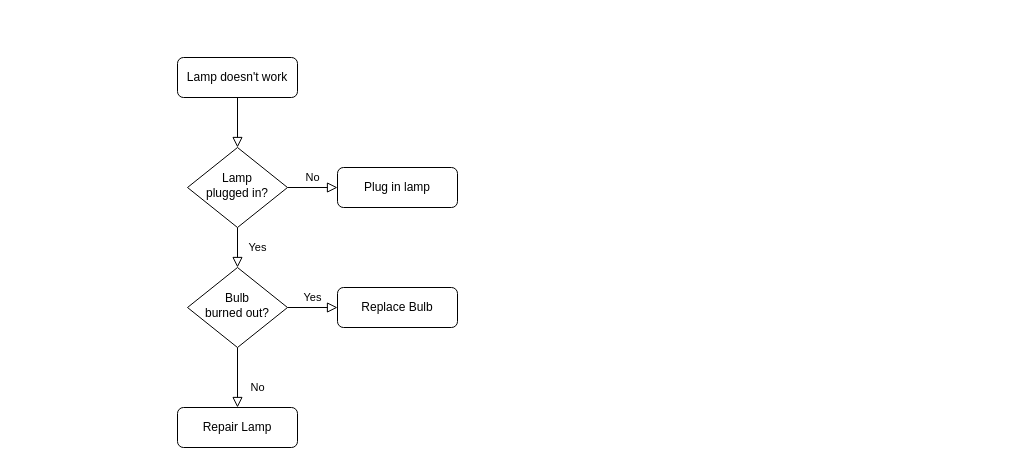
This is assets/Untitled Diagram.drawio from flaviuspara/html-portfolio, a draw.io file, before an edit. Source tidied: cells renumbered, new cells numbered last; positions are measured from the earlier drawing's top-left corner, leaving out a move shared by most shapes. Both pictures are drawn from the tidied source at 100%, with x=0, y=0 at pixel (177, 57).
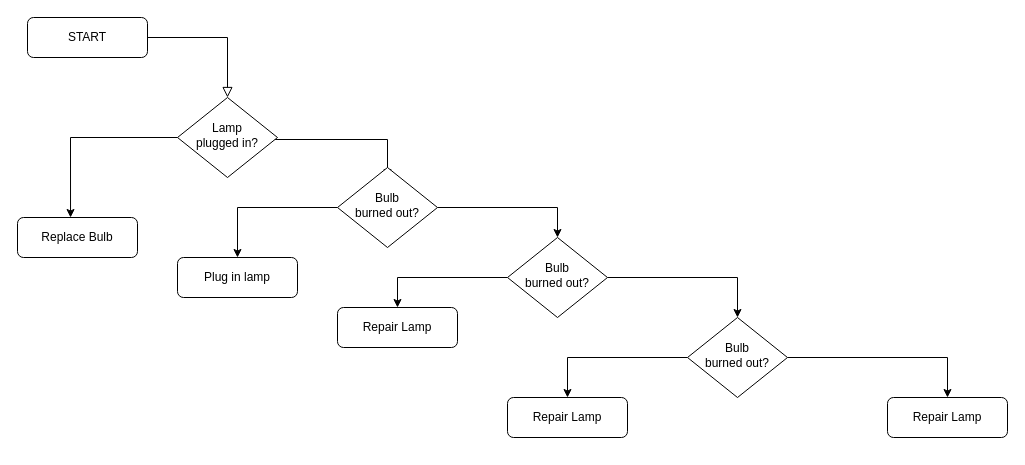
The same page after the edit.

Change to the diagram source:
```diff
@@
-    <mxCell id="3" value="Lamp doesn't work" style="rounded=1;whiteSpace=wrap;html=1;fontSize=12;glass=0;strokeWidth=1;shadow=0;" parent="1" vertex="1">
-      <mxGeometry width="120" height="40" as="geometry" />
+    <mxCell id="3" value="START" style="rounded=1;whiteSpace=wrap;html=1;fontSize=12;glass=0;strokeWidth=1;shadow=0;" parent="1" vertex="1">
+      <mxGeometry x="-150" y="-40" width="120" height="40" as="geometry" />
     </mxCell>
-    <mxCell id="4" value="Yes" style="rounded=0;html=1;jettySize=auto;fontSize=11;endArrow=block;endFill=0;endSize=8;strokeWidth=1;shadow=0;labelBackgroundColor=none;edgeStyle=orthogonalEdgeStyle;" parent="1" edge="1" source="6" target="10">
-      <mxGeometry y="20" relative="1" as="geometry" />
-    </mxCell>
-    <mxCell id="5" value="No" style="edgeStyle=orthogonalEdgeStyle;rounded=0;html=1;jettySize=auto;fontSize=11;endArrow=block;endFill=0;endSize=8;strokeWidth=1;shadow=0;labelBackgroundColor=none;" parent="1" edge="1" source="6" target="7">
-      <mxGeometry y="10" relative="1" as="geometry" />
-    </mxCell>
+    <mxCell id="13" style="edgeStyle=orthogonalEdgeStyle;rounded=0;orthogonalLoop=1;jettySize=auto;html=1;" parent="1" edge="1">
+      <mxGeometry relative="1" as="geometry">
+        <mxPoint x="90" y="82" as="sourcePoint" />
+        <mxPoint x="210" y="120" as="targetPoint" />
+        <Array as="points">
+          <mxPoint x="210" y="82" />
+        </Array>
+      </mxGeometry>
+    </mxCell>
     <mxCell id="6" value="Lamp&lt;br&gt;plugged in?" style="rhombus;whiteSpace=wrap;html=1;shadow=0;fontFamily=Helvetica;fontSize=12;align=center;strokeWidth=1;spacing=6;spacingTop=-4;" parent="1" vertex="1">
-      <mxGeometry x="10" y="90" width="100" height="80" as="geometry" />
+      <mxGeometry y="40" width="100" height="80" as="geometry" />
     </mxCell>
     <mxCell id="7" value="Plug in lamp" style="rounded=1;whiteSpace=wrap;html=1;fontSize=12;glass=0;strokeWidth=1;shadow=0;" parent="1" vertex="1">
-      <mxGeometry x="160" y="110" width="120" height="40" as="geometry" />
+      <mxGeometry y="200" width="120" height="40" as="geometry" />
     </mxCell>
-    <mxCell id="8" value="No" style="rounded=0;html=1;jettySize=auto;fontSize=11;endArrow=block;endFill=0;endSize=8;strokeWidth=1;shadow=0;labelBackgroundColor=none;edgeStyle=orthogonalEdgeStyle;" parent="1" edge="1" source="10" target="11">
-      <mxGeometry x="0.33" y="20" relative="1" as="geometry" />
-    </mxCell>
-    <mxCell id="9" value="Yes" style="edgeStyle=orthogonalEdgeStyle;rounded=0;html=1;jettySize=auto;fontSize=11;endArrow=block;endFill=0;endSize=8;strokeWidth=1;shadow=0;labelBackgroundColor=none;" parent="1" edge="1" source="10" target="12">
-      <mxGeometry y="10" relative="1" as="geometry" />
-    </mxCell>
-    <mxCell id="10" value="Bulb&lt;br&gt;burned out?" style="rhombus;whiteSpace=wrap;html=1;shadow=0;fontFamily=Helvetica;fontSize=12;align=center;strokeWidth=1;spacing=6;spacingTop=-4;" parent="1" vertex="1">
-      <mxGeometry x="10" y="210" width="100" height="80" as="geometry" />
-    </mxCell>
     <mxCell id="11" value="Repair Lamp" style="rounded=1;whiteSpace=wrap;html=1;fontSize=12;glass=0;strokeWidth=1;shadow=0;" parent="1" vertex="1">
-      <mxGeometry y="350" width="120" height="40" as="geometry" />
+      <mxGeometry x="160" y="250" width="120" height="40" as="geometry" />
     </mxCell>
     <mxCell id="12" value="Replace Bulb" style="rounded=1;whiteSpace=wrap;html=1;fontSize=12;glass=0;strokeWidth=1;shadow=0;" parent="1" vertex="1">
-      <mxGeometry x="160" y="230" width="120" height="40" as="geometry" />
+      <mxGeometry x="-160" y="160" width="120" height="40" as="geometry" />
     </mxCell>
+    <mxCell id="14" style="edgeStyle=orthogonalEdgeStyle;rounded=0;jettySize=auto;html=1;entryX=0.5;entryY=0;entryDx=0;entryDy=0;" parent="1" edge="1" source="10" target="7">
+      <mxGeometry relative="1" as="geometry" />
+    </mxCell>
+    <mxCell id="15" style="edgeStyle=orthogonalEdgeStyle;rounded=0;jettySize=auto;html=1;entryX=0.5;entryY=0;entryDx=0;entryDy=0;" parent="1" edge="1" source="10" target="19">
+      <mxGeometry relative="1" as="geometry" />
+    </mxCell>
+    <mxCell id="10" value="Bulb&lt;br&gt;burned out?" style="rhombus;whiteSpace=wrap;html=1;shadow=0;fontFamily=Helvetica;fontSize=12;align=center;strokeWidth=1;spacing=6;spacingTop=-4;" parent="1" vertex="1">
+      <mxGeometry x="160" y="110" width="100" height="80" as="geometry" />
+    </mxCell>
+    <mxCell id="16" style="edgeStyle=orthogonalEdgeStyle;rounded=0;jettySize=auto;html=1;entryX=0.442;entryY=0;entryDx=0;entryDy=0;entryPerimeter=0;" parent="1" edge="1" source="6" target="12">
+      <mxGeometry relative="1" as="geometry" />
+    </mxCell>
+    <mxCell id="17" style="edgeStyle=orthogonalEdgeStyle;rounded=0;jettySize=auto;html=1;entryX=0.5;entryY=0;entryDx=0;entryDy=0;" parent="1" edge="1" source="19" target="11">
+      <mxGeometry relative="1" as="geometry" />
+    </mxCell>
+    <mxCell id="18" style="edgeStyle=orthogonalEdgeStyle;rounded=0;jettySize=auto;html=1;entryX=0.5;entryY=0;entryDx=0;entryDy=0;" parent="1" edge="1" source="19" target="22">
+      <mxGeometry relative="1" as="geometry" />
+    </mxCell>
+    <mxCell id="19" value="Bulb&lt;br&gt;burned out?" style="rhombus;whiteSpace=wrap;html=1;shadow=0;fontFamily=Helvetica;fontSize=12;align=center;strokeWidth=1;spacing=6;spacingTop=-4;" parent="1" vertex="1">
+      <mxGeometry x="330" y="180" width="100" height="80" as="geometry" />
+    </mxCell>
+    <mxCell id="20" style="edgeStyle=orthogonalEdgeStyle;rounded=0;jettySize=auto;html=1;entryX=0.5;entryY=0;entryDx=0;entryDy=0;" parent="1" edge="1" source="22" target="23">
+      <mxGeometry relative="1" as="geometry" />
+    </mxCell>
+    <mxCell id="21" style="edgeStyle=orthogonalEdgeStyle;rounded=0;jettySize=auto;html=1;entryX=0.5;entryY=0;entryDx=0;entryDy=0;" parent="1" edge="1" source="22" target="24">
+      <mxGeometry relative="1" as="geometry" />
+    </mxCell>
+    <mxCell id="22" value="Bulb&lt;br&gt;burned out?" style="rhombus;whiteSpace=wrap;html=1;shadow=0;fontFamily=Helvetica;fontSize=12;align=center;strokeWidth=1;spacing=6;spacingTop=-4;" parent="1" vertex="1">
+      <mxGeometry x="510" y="260" width="100" height="80" as="geometry" />
+    </mxCell>
+    <mxCell id="23" value="Repair Lamp" style="rounded=1;whiteSpace=wrap;html=1;fontSize=12;glass=0;strokeWidth=1;shadow=0;" parent="1" vertex="1">
+      <mxGeometry x="330" y="340" width="120" height="40" as="geometry" />
+    </mxCell>
+    <mxCell id="24" value="Repair Lamp" style="rounded=1;whiteSpace=wrap;html=1;fontSize=12;glass=0;strokeWidth=1;shadow=0;" parent="1" vertex="1">
+      <mxGeometry x="710" y="340" width="120" height="40" as="geometry" />
+    </mxCell>
```
